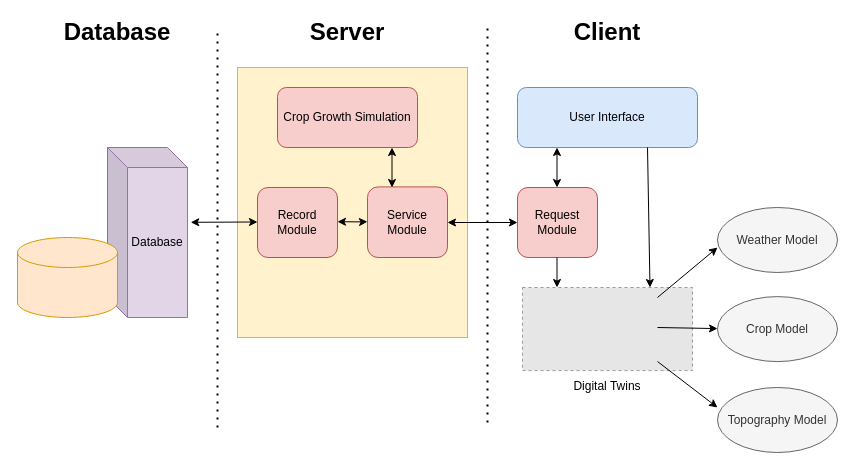
Before: digital_twin_in_agriculture.drawio in Kakoyi945/cloud, a draw.io diagram. Source tidied: cells renumbered, new cells numbered last; positions are measured from the earlier drawing's top-left corner, leaving out a move shared by most shapes. Both pictures are drawn from the tidied source at 100%, with x=0, y=0 at pixel (17, 17). Pictures stored in the file or linked from it are replaced by grey dashed boxes.
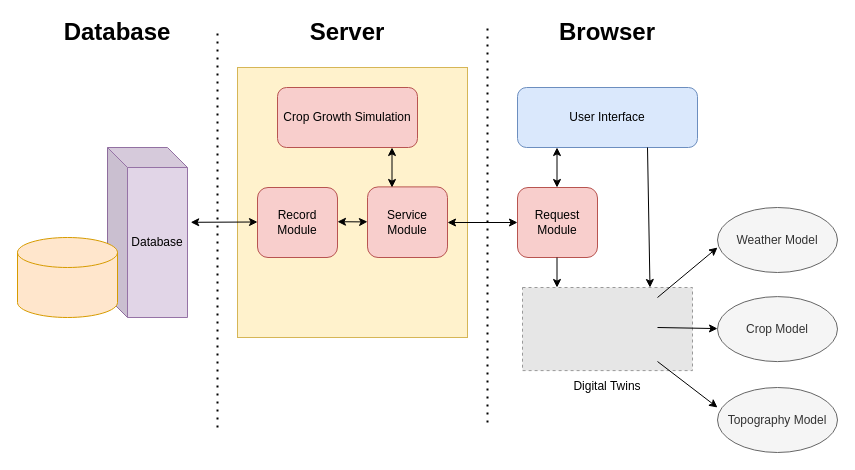
After the change.

The edit, as a diff of the source:
```diff
@@
-    <mxCell id="8" value="&lt;font style=&quot;font-size: 24px;&quot;&gt;&lt;b&gt;Client&lt;/b&gt;&lt;/font&gt;" style="text;html=1;strokeColor=none;fillColor=none;align=center;verticalAlign=middle;whiteSpace=wrap;rounded=0;" parent="1" vertex="1">
+    <mxCell id="8" value="&lt;font style=&quot;font-size: 24px;&quot;&gt;&lt;b&gt;Browser&lt;/b&gt;&lt;/font&gt;" style="text;html=1;strokeColor=none;fillColor=none;align=center;verticalAlign=middle;whiteSpace=wrap;rounded=0;" parent="1" vertex="1">
       <mxGeometry x="560" width="60" height="30" as="geometry" />
     </mxCell>
```
